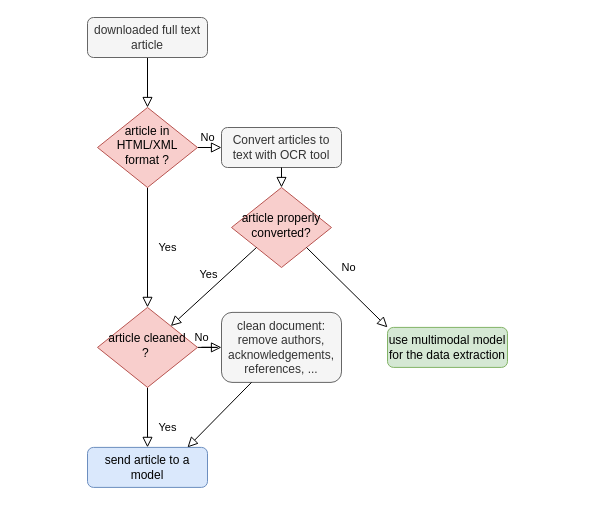
lamalab-org/matextract-book keeps this draw.io diagram as diagrams/figure_2.drawio. Above is the earlier version. Source tidied: cells renumbered, new cells numbered last; positions are measured from the earlier drawing's top-left corner, leaving out a move shared by most shapes. Both pictures are drawn from the tidied source at 100%, with x=0, y=0 at pixel (87, 17).
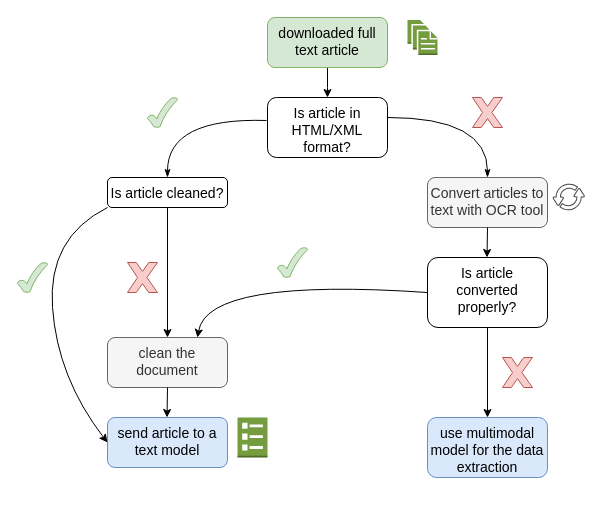
The same page after the edit.

Diff of the diagram source:
```diff
@@
-    <mxCell id="2" style="rounded=0;html=1;jettySize=auto;fontSize=11;endArrow=block;endFill=0;endSize=8;strokeWidth=1;shadow=0;labelBackgroundColor=none;edgeStyle=orthogonalEdgeStyle;" parent="1" edge="1" source="3" target="6">
-      <mxGeometry relative="1" as="geometry" />
+    <mxCell id="2" style="rounded=0;html=1;jettySize=auto;fontSize=14;endArrow=classic;endFill=1;strokeWidth=1;shadow=0;labelBackgroundColor=none;edgeStyle=orthogonalEdgeStyle;verticalAlign=top;spacingLeft=1;spacingRight=1;spacingBottom=1;spacingTop=1;" parent="1" edge="1" source="3">
+      <mxGeometry relative="1" as="geometry">
+        <mxPoint x="240" y="80" as="targetPoint" />
+      </mxGeometry>
     </mxCell>
-    <mxCell id="3" value="downloaded full text article" style="rounded=1;whiteSpace=wrap;html=1;fontSize=12;glass=0;strokeWidth=1;shadow=0;fillColor=#f5f5f5;strokeColor=#666666;fontColor=#333333;" parent="1" vertex="1">
-      <mxGeometry width="120" height="40" as="geometry" />
+    <mxCell id="3" value="downloaded full text article" style="rounded=1;whiteSpace=wrap;html=1;fontSize=14;glass=0;strokeWidth=1;shadow=0;fillColor=#d5e8d4;strokeColor=#82b366;verticalAlign=top;spacingTop=1;spacingLeft=1;spacingRight=1;spacingBottom=1;" parent="1" vertex="1">
+      <mxGeometry x="180" width="120" height="50" as="geometry" />
     </mxCell>
-    <mxCell id="4" value="Yes" style="rounded=0;html=1;jettySize=auto;fontSize=11;endArrow=block;endFill=0;endSize=8;strokeWidth=1;shadow=0;labelBackgroundColor=none;edgeStyle=orthogonalEdgeStyle;" parent="1" edge="1" source="6" target="10">
-      <mxGeometry y="20" relative="1" as="geometry" />
-    </mxCell>
-    <mxCell id="5" value="No" style="rounded=0;html=1;jettySize=auto;fontSize=11;endArrow=block;endFill=0;endSize=8;strokeWidth=1;shadow=0;labelBackgroundColor=none;entryX=0;entryY=0.5;entryDx=0;entryDy=0;exitX=1;exitY=0.5;exitDx=0;exitDy=0;" parent="1" edge="1" source="6" target="7">
-      <mxGeometry x="-0.17" y="10" relative="1" as="geometry" />
-    </mxCell>
-    <mxCell id="6" value="article in HTML/XML format ?" style="rhombus;whiteSpace=wrap;html=1;shadow=0;fontFamily=Helvetica;fontSize=12;align=center;strokeWidth=1;spacing=6;spacingTop=-4;fillColor=#f8cecc;strokeColor=#b85450;" parent="1" vertex="1">
-      <mxGeometry x="10" y="90" width="100" height="80" as="geometry" />
-    </mxCell>
-    <mxCell id="7" value="Convert articles to text with OCR tool" style="rounded=1;whiteSpace=wrap;html=1;fontSize=12;glass=0;strokeWidth=1;shadow=0;fillColor=#f5f5f5;fontColor=#333333;strokeColor=#666666;" parent="1" vertex="1">
-      <mxGeometry x="134" y="110" width="120" height="40" as="geometry" />
+    <mxCell id="7" value="Convert articles to text with OCR tool" style="rounded=1;whiteSpace=wrap;html=1;fontSize=14;glass=0;strokeWidth=1;shadow=0;fillColor=#f5f5f5;fontColor=#333333;strokeColor=#666666;verticalAlign=top;spacingLeft=1;spacingRight=1;spacingBottom=1;spacingTop=1;" parent="1" vertex="1">
+      <mxGeometry x="340" y="160" width="120" height="50" as="geometry" />
     </mxCell>
-    <mxCell id="8" value="Yes" style="rounded=0;html=1;jettySize=auto;fontSize=11;endArrow=block;endFill=0;endSize=8;strokeWidth=1;shadow=0;labelBackgroundColor=none;edgeStyle=orthogonalEdgeStyle;" parent="1" edge="1" source="10" target="11">
-      <mxGeometry x="0.33" y="20" relative="1" as="geometry" />
-    </mxCell>
-    <mxCell id="9" value="No" style="edgeStyle=orthogonalEdgeStyle;rounded=0;html=1;jettySize=auto;fontSize=11;endArrow=block;endFill=0;endSize=8;strokeWidth=1;shadow=0;labelBackgroundColor=none;" parent="1" edge="1" source="10" target="12">
-      <mxGeometry x="0.29" y="10" relative="1" as="geometry" />
-    </mxCell>
-    <mxCell id="10" value="article cleaned ?&amp;nbsp;" style="rhombus;whiteSpace=wrap;html=1;shadow=0;fontFamily=Helvetica;fontSize=12;align=center;strokeWidth=1;spacing=6;spacingTop=-4;fillColor=#f8cecc;strokeColor=#b85450;" parent="1" vertex="1">
-      <mxGeometry x="10" y="289.9" width="100" height="80" as="geometry" />
-    </mxCell>
-    <mxCell id="11" value="send article to a model" style="rounded=1;whiteSpace=wrap;html=1;fontSize=12;glass=0;strokeWidth=1;shadow=0;fillColor=#dae8fc;strokeColor=#6c8ebf;" parent="1" vertex="1">
-      <mxGeometry y="429.9" width="120" height="40" as="geometry" />
+    <mxCell id="11" value="send article to a text model" style="rounded=1;whiteSpace=wrap;html=1;fontSize=14;glass=0;strokeWidth=1;shadow=0;fillColor=#dae8fc;strokeColor=#6c8ebf;verticalAlign=top;align=center;spacingLeft=1;spacingRight=1;spacingBottom=1;spacingTop=1;" parent="1" vertex="1">
+      <mxGeometry x="20" y="400" width="120" height="50" as="geometry" />
     </mxCell>
-    <mxCell id="12" value="clean document:&lt;div&gt;remove authors, acknowledgements, references, ...&lt;/div&gt;" style="rounded=1;whiteSpace=wrap;html=1;fontSize=12;glass=0;strokeWidth=1;shadow=0;fillColor=#f5f5f5;fontColor=#333333;strokeColor=#666666;" parent="1" vertex="1">
-      <mxGeometry x="134" y="294.9" width="120" height="70" as="geometry" />
+    <mxCell id="12" value="clean the document&lt;div style=&quot;font-size: 14px;&quot;&gt;&lt;br style=&quot;font-size: 14px;&quot;&gt;&lt;/div&gt;" style="rounded=1;whiteSpace=wrap;html=1;fontSize=14;glass=0;strokeWidth=1;shadow=0;fillColor=#f5f5f5;fontColor=#333333;strokeColor=#666666;verticalAlign=top;spacingLeft=1;spacingRight=1;spacingBottom=1;spacingTop=1;" parent="1" vertex="1">
+      <mxGeometry x="20" y="320" width="120" height="50" as="geometry" />
     </mxCell>
-    <mxCell id="13" style="rounded=0;html=1;jettySize=auto;fontSize=11;endArrow=block;endFill=0;endSize=8;strokeWidth=1;shadow=0;labelBackgroundColor=none;entryX=1;entryY=0;entryDx=0;entryDy=0;exitX=0.25;exitY=1;exitDx=0;exitDy=0;" parent="1" edge="1" source="12">
-      <mxGeometry y="20" relative="1" as="geometry">
-        <mxPoint x="100" y="429.9" as="targetPoint" />
-      </mxGeometry>
-    </mxCell>
-    <mxCell id="14" value="article properly converted?" style="rhombus;whiteSpace=wrap;html=1;shadow=0;fontFamily=Helvetica;fontSize=12;align=center;strokeWidth=1;spacing=6;spacingTop=-4;fillColor=#f8cecc;strokeColor=#b85450;" parent="1" vertex="1">
-      <mxGeometry x="144" y="170" width="100" height="80" as="geometry" />
-    </mxCell>
-    <mxCell id="15" style="rounded=0;html=1;jettySize=auto;fontSize=11;endArrow=block;endFill=0;endSize=8;strokeWidth=1;shadow=0;labelBackgroundColor=none;exitX=0.5;exitY=1;exitDx=0;exitDy=0;" parent="1" edge="1" source="7" target="14">
-      <mxGeometry relative="1" as="geometry" />
-    </mxCell>
-    <mxCell id="16" style="rounded=0;html=1;jettySize=auto;fontSize=11;endArrow=block;endFill=0;endSize=8;strokeWidth=1;shadow=0;labelBackgroundColor=none;exitX=0;exitY=1;exitDx=0;exitDy=0;" parent="1" edge="1" source="14" target="10">
-      <mxGeometry y="20" relative="1" as="geometry" />
-    </mxCell>
-    <mxCell id="17" value="Yes" style="edgeLabel;html=1;align=center;verticalAlign=middle;" parent="16" vertex="1">
-      <mxGeometry x="-0.14" y="2" relative="1" as="geometry">
-        <mxPoint x="-13" y="-9" as="offset" />
-      </mxGeometry>
-    </mxCell>
-    <mxCell id="18" style="rounded=0;html=1;jettySize=auto;fontSize=11;endArrow=block;endFill=0;endSize=8;strokeWidth=1;shadow=0;labelBackgroundColor=none;exitX=1;exitY=1;exitDx=0;exitDy=0;entryX=0;entryY=0;entryDx=0;entryDy=0;" parent="1" edge="1" source="14" target="20">
-      <mxGeometry y="20" relative="1" as="geometry" />
-    </mxCell>
-    <mxCell id="19" value="No" style="edgeLabel;html=1;align=center;verticalAlign=middle;" parent="18" vertex="1">
-      <mxGeometry x="-0.14" y="2" relative="1" as="geometry">
-        <mxPoint x="5" y="-13" as="offset" />
-      </mxGeometry>
-    </mxCell>
-    <mxCell id="20" value="use multimodal model for the data extraction" style="rounded=1;whiteSpace=wrap;html=1;fontSize=12;glass=0;strokeWidth=1;shadow=0;fillColor=#d5e8d4;strokeColor=#82b366;" parent="1" vertex="1">
-      <mxGeometry x="300" y="309.9" width="120" height="40" as="geometry" />
+    <mxCell id="20" value="use multimodal model for the data extraction" style="rounded=1;whiteSpace=wrap;html=1;fontSize=14;glass=0;strokeWidth=1;shadow=0;fillColor=#dae8fc;strokeColor=#6c8ebf;verticalAlign=top;spacingLeft=1;spacingRight=1;spacingBottom=1;spacingTop=1;" parent="1" vertex="1">
+      <mxGeometry x="340" y="400" width="120" height="60" as="geometry" />
     </mxCell>
+    <mxCell id="21" value="Is article in HTML/XML format?" style="rounded=1;whiteSpace=wrap;html=1;verticalAlign=top;fontSize=14;spacingLeft=1;spacingRight=1;spacingBottom=1;spacingTop=1;" parent="1" vertex="1">
+      <mxGeometry x="180" y="80" width="120" height="60" as="geometry" />
+    </mxCell>
+    <mxCell id="22" value="Is article cleaned?" style="rounded=1;whiteSpace=wrap;html=1;verticalAlign=top;fontSize=14;spacingLeft=1;spacingRight=1;spacingBottom=1;spacingTop=1;" parent="1" vertex="1">
+      <mxGeometry x="20" y="160" width="120" height="30" as="geometry" />
+    </mxCell>
+    <mxCell id="23" value="Is article converted properly?" style="rounded=1;whiteSpace=wrap;html=1;verticalAlign=top;fontSize=14;spacingLeft=1;spacingRight=1;spacingBottom=1;spacingTop=1;" parent="1" vertex="1">
+      <mxGeometry x="340" y="240" width="120" height="70" as="geometry" />
+    </mxCell>
+    <mxCell id="24" style="curved=1;endArrow=classicThin;html=1;rounded=0;entryX=0.5;entryY=0;entryDx=0;entryDy=0;exitX=-0.008;exitY=0.383;exitDx=0;exitDy=0;verticalAlign=top;fontSize=14;endFill=1;spacingLeft=1;spacingRight=1;spacingBottom=1;spacingTop=1;exitPerimeter=0;" parent="1" edge="1" source="21" target="22">
+      <mxGeometry relative="1" as="geometry">
+        <Array as="points">
+          <mxPoint x="80" y="100" />
+        </Array>
+      </mxGeometry>
+    </mxCell>
+    <mxCell id="25" style="curved=1;endArrow=classic;html=1;rounded=0;entryX=0.75;entryY=0;entryDx=0;entryDy=0;exitX=0;exitY=0.5;exitDx=0;exitDy=0;verticalAlign=top;fontSize=14;spacingLeft=1;spacingRight=1;spacingBottom=1;spacingTop=1;" parent="1" edge="1" source="23" target="12">
+      <mxGeometry relative="1" as="geometry">
+        <Array as="points">
+          <mxPoint x="120" y="260" />
+        </Array>
+      </mxGeometry>
+    </mxCell>
+    <mxCell id="26" style="rounded=0;html=1;jettySize=auto;fontSize=14;endArrow=classic;endFill=1;strokeWidth=1;shadow=0;labelBackgroundColor=none;edgeStyle=orthogonalEdgeStyle;verticalAlign=top;exitX=0.5;exitY=1;exitDx=0;exitDy=0;spacingLeft=1;spacingRight=1;spacingBottom=1;spacingTop=1;" parent="1" edge="1" source="12">
+      <mxGeometry relative="1" as="geometry">
+        <mxPoint x="79.5" y="400" as="targetPoint" />
+      </mxGeometry>
+    </mxCell>
+    <mxCell id="27" style="rounded=0;html=1;jettySize=auto;fontSize=14;endArrow=classic;endFill=1;strokeWidth=1;shadow=0;labelBackgroundColor=none;edgeStyle=orthogonalEdgeStyle;entryX=0.5;entryY=0;entryDx=0;entryDy=0;verticalAlign=top;exitX=0.5;exitY=1;exitDx=0;exitDy=0;spacingLeft=1;spacingRight=1;spacingBottom=1;spacingTop=1;" parent="1" edge="1" source="23" target="20">
+      <mxGeometry relative="1" as="geometry" />
+    </mxCell>
+    <mxCell id="28" style="verticalLabelPosition=bottom;verticalAlign=top;html=1;shape=mxgraph.basic.tick;fillColor=#d5e8d4;strokeColor=#82b366;fontSize=14;spacingLeft=1;spacingRight=1;spacingBottom=1;spacingTop=1;" parent="1" vertex="1">
+      <mxGeometry x="60" y="80" width="30" height="30" as="geometry" />
+    </mxCell>
+    <mxCell id="29" style="verticalLabelPosition=bottom;verticalAlign=top;html=1;shape=mxgraph.basic.tick;fillColor=#d5e8d4;strokeColor=#82b366;fontSize=14;spacingLeft=1;spacingBottom=1;spacingRight=1;spacingTop=1;" parent="1" vertex="1">
+      <mxGeometry x="-70" y="245" width="30" height="30" as="geometry" />
+    </mxCell>
+    <mxCell id="30" style="rounded=0;html=1;jettySize=auto;fontSize=14;endArrow=classic;endFill=1;strokeWidth=1;shadow=0;labelBackgroundColor=none;edgeStyle=orthogonalEdgeStyle;verticalAlign=top;exitX=0.5;exitY=1;exitDx=0;exitDy=0;spacingLeft=1;spacingRight=1;spacingBottom=1;spacingTop=1;" parent="1" edge="1" source="22" target="12">
+      <mxGeometry relative="1" as="geometry" />
+    </mxCell>
+    <mxCell id="31" style="verticalLabelPosition=bottom;verticalAlign=top;html=1;shape=mxgraph.basic.x;fillColor=#f8cecc;strokeColor=#b85450;fontSize=14;spacingLeft=1;spacingRight=1;spacingBottom=1;spacingTop=1;" parent="1" vertex="1">
+      <mxGeometry x="385" y="80" width="30" height="30" as="geometry" />
+    </mxCell>
+    <mxCell id="32" style="verticalLabelPosition=bottom;verticalAlign=top;html=1;shape=mxgraph.basic.x;fillColor=#f8cecc;strokeColor=#b85450;fontSize=14;spacingLeft=1;spacingRight=1;spacingBottom=1;spacingTop=1;" parent="1" vertex="1">
+      <mxGeometry x="415" y="340" width="30" height="30" as="geometry" />
+    </mxCell>
+    <mxCell id="33" style="verticalLabelPosition=bottom;verticalAlign=top;html=1;shape=mxgraph.basic.x;fillColor=#f8cecc;strokeColor=#b85450;fontSize=14;spacingLeft=1;spacingRight=1;spacingBottom=1;spacingTop=1;" parent="1" vertex="1">
+      <mxGeometry x="40" y="245" width="30" height="30" as="geometry" />
+    </mxCell>
+    <mxCell id="34" style="curved=1;endArrow=classic;html=1;rounded=0;entryX=0;entryY=0.5;entryDx=0;entryDy=0;exitX=0;exitY=0.5;exitDx=0;exitDy=0;verticalAlign=top;fontSize=14;spacingLeft=1;spacingRight=1;spacingBottom=1;spacingTop=1;" parent="1" edge="1" target="11">
+      <mxGeometry relative="1" as="geometry">
+        <mxPoint x="20" y="190" as="sourcePoint" />
+        <Array as="points">
+          <mxPoint x="-40" y="220" />
+          <mxPoint x="-30" y="360" />
+        </Array>
+      </mxGeometry>
+    </mxCell>
+    <mxCell id="35" style="rounded=0;html=1;jettySize=auto;fontSize=14;endArrow=classic;endFill=1;strokeWidth=1;shadow=0;labelBackgroundColor=none;edgeStyle=orthogonalEdgeStyle;verticalAlign=top;exitX=0.5;exitY=1;exitDx=0;exitDy=0;spacingLeft=1;spacingRight=1;spacingBottom=1;spacingTop=1;" parent="1" edge="1" source="7">
+      <mxGeometry relative="1" as="geometry">
+        <mxPoint x="399.5" y="240" as="targetPoint" />
+      </mxGeometry>
+    </mxCell>
+    <mxCell id="36" style="verticalLabelPosition=bottom;verticalAlign=top;html=1;shape=mxgraph.basic.tick;fillColor=#d5e8d4;strokeColor=#82b366;fontSize=14;spacingLeft=1;spacingRight=1;spacingBottom=1;spacingTop=1;" parent="1" vertex="1">
+      <mxGeometry x="190" y="230" width="30" height="30" as="geometry" />
+    </mxCell>
+    <mxCell id="37" style="dashed=0;verticalLabelPosition=bottom;verticalAlign=top;align=center;html=1;shape=mxgraph.aws3.documents;fillColor=#759C3E;gradientColor=none;fontSize=14;spacingLeft=1;spacingRight=1;spacingBottom=1;spacingTop=1;" parent="1" vertex="1">
+      <mxGeometry x="320" y="2.5" width="30" height="35" as="geometry" />
+    </mxCell>
+    <mxCell id="38" style="dashed=0;verticalLabelPosition=bottom;verticalAlign=top;align=center;html=1;shape=mxgraph.aws3.template;fillColor=#759C3E;gradientColor=none;fontSize=14;spacingLeft=1;spacingRight=1;spacingBottom=1;spacingTop=1;" parent="1" vertex="1">
+      <mxGeometry x="150" y="400" width="30" height="40" as="geometry" />
+    </mxCell>
+    <mxCell id="39" style="sketch=0;shadow=0;dashed=0;html=1;strokeColor=none;fillColor=#434445;labelPosition=center;verticalLabelPosition=bottom;verticalAlign=top;align=center;shape=mxgraph.vvd.business_continuity_data_protection;fontSize=14;spacingLeft=1;spacingRight=1;spacingBottom=1;spacingTop=1;" parent="1" vertex="1">
+      <mxGeometry x="465" y="166" width="32.4" height="27.9" as="geometry" />
+    </mxCell>
+    <mxCell id="40" style="edgeStyle=orthogonalEdgeStyle;rounded=0;orthogonalLoop=1;jettySize=auto;html=1;exitX=0.5;exitY=1;exitDx=0;exitDy=0;fontSize=14;spacingLeft=1;spacingRight=1;spacingBottom=1;spacingTop=1;" parent="1" edge="1" source="7" target="7">
+      <mxGeometry relative="1" as="geometry" />
+    </mxCell>
+    <mxCell id="41" style="curved=1;endArrow=classicThin;html=1;rounded=0;entryX=0.5;entryY=0;entryDx=0;entryDy=0;exitX=0;exitY=0.5;exitDx=0;exitDy=0;verticalAlign=top;fontSize=14;endFill=1;spacingLeft=1;spacingRight=1;spacingBottom=1;spacingTop=1;" parent="1" edge="1">
+      <mxGeometry relative="1" as="geometry">
+        <mxPoint x="300" y="100" as="sourcePoint" />
+        <mxPoint x="400" y="160" as="targetPoint" />
+        <Array as="points">
+          <mxPoint x="400" y="100" />
+        </Array>
+      </mxGeometry>
+    </mxCell>
```
